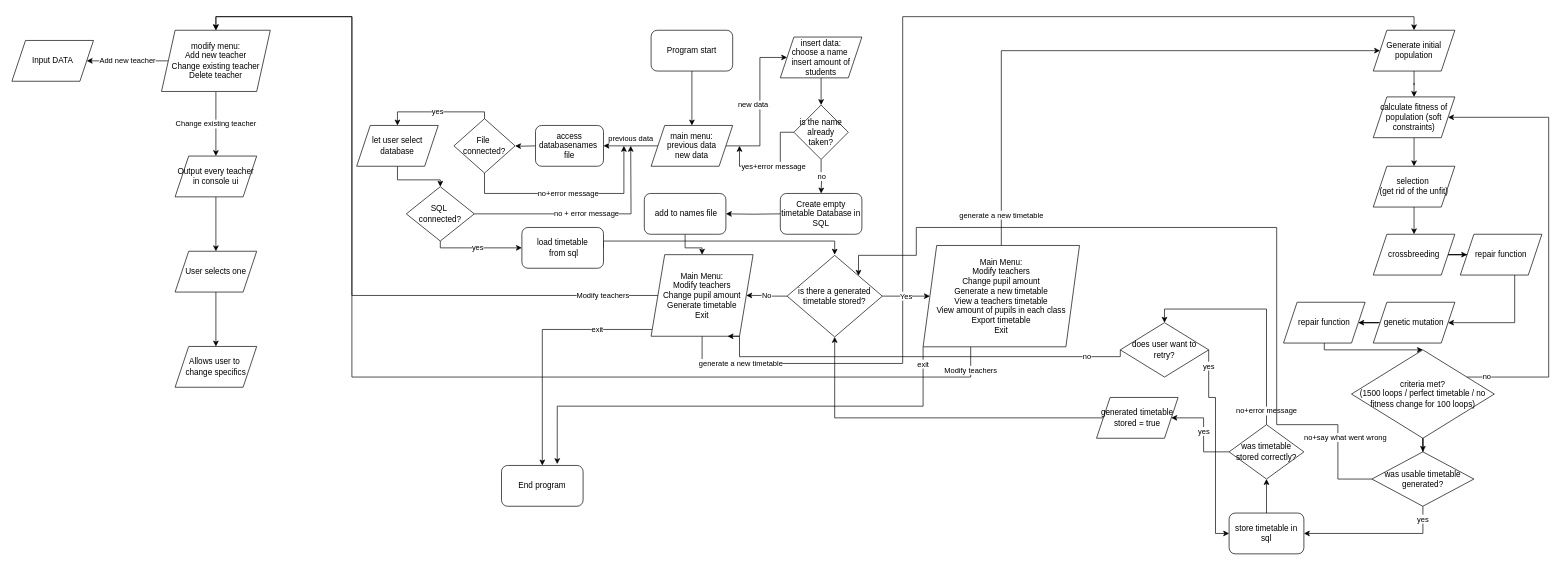
Before: NEA.drawio in Fsmart2164/NEA-v1, a draw.io diagram. Source tidied: cells renumbered, new cells numbered last; positions are measured from the earlier drawing's top-left corner, leaving out a move shared by most shapes. Both pictures are drawn from the tidied source at 68%, with x=0, y=0 at pixel (12, 16).
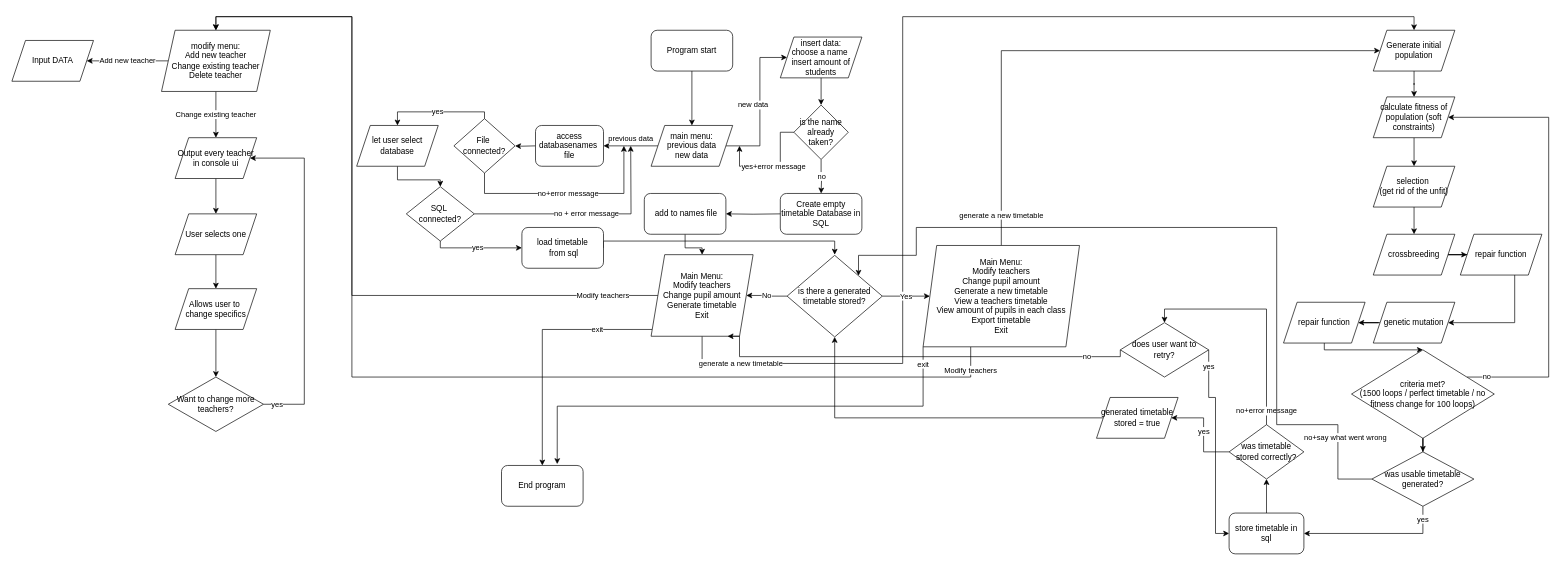
After the change.

What changed in the source:
```diff
@@
     <mxCell id="76" value="Output every teacher in console ui" style="shape=parallelogram;perimeter=parallelogramPerimeter;whiteSpace=wrap;html=1;fixedSize=1;" parent="1" vertex="1">
-      <mxGeometry x="240" y="205" width="120" height="60" as="geometry" />
+      <mxGeometry x="240" y="178" width="120" height="60" as="geometry" />
     </mxCell>
@@
     <mxCell id="78" value="User selects one" style="shape=parallelogram;perimeter=parallelogramPerimeter;whiteSpace=wrap;html=1;fixedSize=1;" parent="1" vertex="1">
-      <mxGeometry x="240" y="345" width="120" height="60" as="geometry" />
+      <mxGeometry x="240" y="290" width="120" height="60" as="geometry" />
     </mxCell>
+    <mxCell id="80" style="edgeStyle=orthogonalEdgeStyle;rounded=0;jettySize=auto;html=1;" parent="1" edge="1" source="79" target="82">
+      <mxGeometry relative="1" as="geometry" />
+    </mxCell>
     <mxCell id="79" value="Allows user to&amp;nbsp;&lt;div&gt;change specifics&lt;/div&gt;" style="shape=parallelogram;perimeter=parallelogramPerimeter;whiteSpace=wrap;html=1;fixedSize=1;" parent="1" vertex="1">
-      <mxGeometry x="240" y="485" width="120" height="60" as="geometry" />
+      <mxGeometry x="240" y="400" width="120" height="60" as="geometry" />
     </mxCell>
+    <mxCell id="81" value="yes" style="edgeStyle=orthogonalEdgeStyle;rounded=0;jettySize=auto;html=1;entryX=1;entryY=0.5;entryDx=0;entryDy=0;" parent="1" edge="1" source="82" target="76">
+      <mxGeometry x="-0.92" relative="1" as="geometry">
+        <Array as="points">
+          <mxPoint x="430" y="570" />
+          <mxPoint x="430" y="208" />
+        </Array>
+      </mxGeometry>
+    </mxCell>
+    <mxCell id="82" value="Want to change more teachers?" style="rhombus;whiteSpace=wrap;html=1;" parent="1" vertex="1">
+      <mxGeometry x="230" y="530" width="140" height="80" as="geometry" />
+    </mxCell>
```
